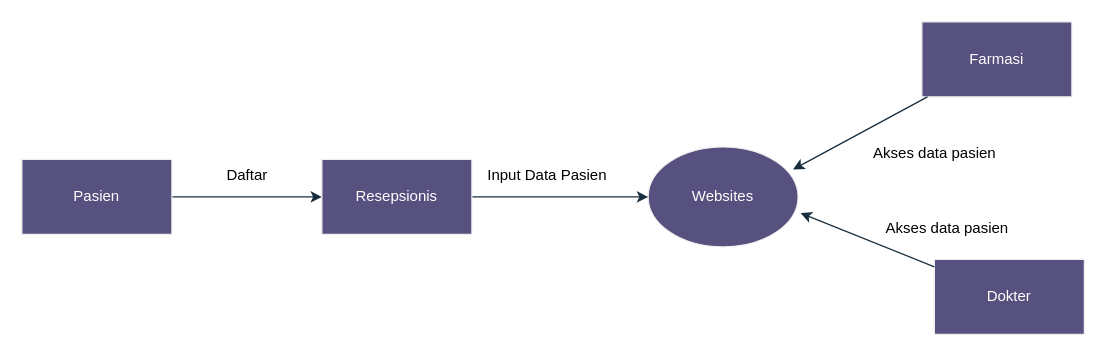
Earlier version of the draw.io diagram klinik-dfd-lvl0.drawio (rrahmatn/dfd_erd_uml). Source tidied: cells renumbered, new cells numbered last; positions are measured from the earlier drawing's top-left corner, leaving out a move shared by most shapes. Both pictures are drawn from the tidied source at 125%, with x=0, y=0 at pixel (21, 21).
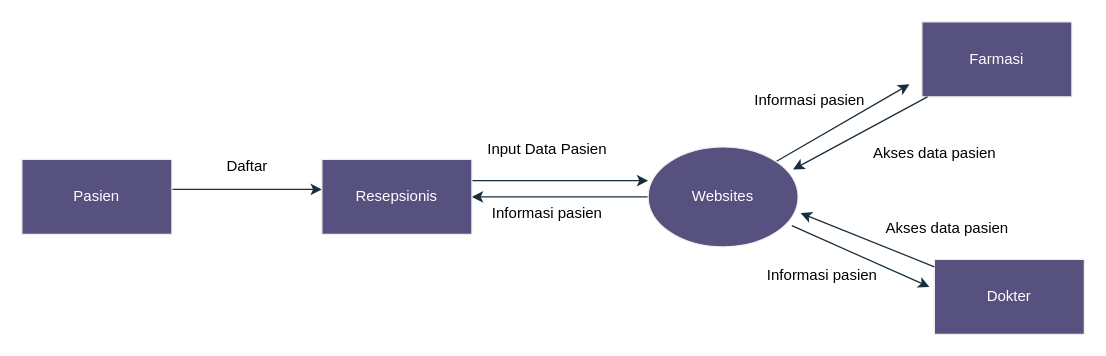
After the change.

Unchanged cells that the change refers to:
```xml
<mxCell id="2" value="Websites" style="ellipse;whiteSpace=wrap;html=1;labelBackgroundColor=none;fillColor=#56517E;strokeColor=#EEEEEE;fontColor=#FFFFFF;" parent="1" vertex="1">
  <mxGeometry x="501" y="100" width="120" height="80" as="geometry" />
</mxCell>
<mxCell id="4" value="Pasien" style="rounded=0;whiteSpace=wrap;html=1;labelBackgroundColor=none;fillColor=#56517E;strokeColor=#EEEEEE;fontColor=#FFFFFF;" parent="1" vertex="1">
  <mxGeometry y="110" width="120" height="60" as="geometry" />
</mxCell>
<mxCell id="6" value="Resepsionis" style="rounded=0;whiteSpace=wrap;html=1;labelBackgroundColor=none;fillColor=#56517E;strokeColor=#EEEEEE;fontColor=#FFFFFF;" parent="1" vertex="1">
  <mxGeometry x="240" y="110" width="120" height="60" as="geometry" />
</mxCell>
<mxCell id="8" value="Dokter" style="rounded=0;whiteSpace=wrap;html=1;labelBackgroundColor=none;fillColor=#56517E;strokeColor=#EEEEEE;fontColor=#FFFFFF;" parent="1" vertex="1">
  <mxGeometry x="730" y="190" width="120" height="60" as="geometry" />
</mxCell>
```

Diff of the diagram source:
```diff
@@
+    <mxCell id="15" style="edgeStyle=orthogonalEdgeStyle;rounded=0;jettySize=auto;html=1;exitX=0;exitY=0.5;exitDx=0;exitDy=0;entryX=1;entryY=0.5;entryDx=0;entryDy=0;strokeColor=#182E3E;" parent="1" edge="1" source="2" target="6">
+      <mxGeometry relative="1" as="geometry" />
+    </mxCell>
+    <mxCell id="16" style="rounded=0;jettySize=auto;html=1;strokeColor=#182E3E;exitX=1;exitY=0;exitDx=0;exitDy=0;" parent="1" edge="1" source="2">
+      <mxGeometry relative="1" as="geometry">
+        <mxPoint x="710" y="50" as="targetPoint" />
+      </mxGeometry>
+    </mxCell>
@@
-    <mxCell id="3" style="edgeStyle=orthogonalEdgeStyle;rounded=0;jettySize=auto;html=1;entryX=0;entryY=0.5;entryDx=0;entryDy=0;labelBackgroundColor=none;strokeColor=#182E3E;fontColor=default;" parent="1" edge="1" source="4" target="6">
-      <mxGeometry relative="1" as="geometry" />
+    <mxCell id="3" style="edgeStyle=orthogonalEdgeStyle;rounded=0;orthogonalLoop=1;jettySize=auto;html=1;entryX=0;entryY=0.5;entryDx=0;entryDy=0;labelBackgroundColor=none;strokeColor=#182E3E;fontColor=default;" parent="1" edge="1">
+      <mxGeometry relative="1" as="geometry">
+        <mxPoint x="120" y="134" as="sourcePoint" />
+        <mxPoint x="240" y="134" as="targetPoint" />
+      </mxGeometry>
     </mxCell>
@@
-    <mxCell id="5" style="edgeStyle=orthogonalEdgeStyle;rounded=0;jettySize=auto;html=1;exitX=1;exitY=0.5;exitDx=0;exitDy=0;labelBackgroundColor=none;strokeColor=#182E3E;fontColor=default;" parent="1" edge="1" source="6" target="2">
-      <mxGeometry relative="1" as="geometry" />
+    <mxCell id="5" style="edgeStyle=orthogonalEdgeStyle;rounded=0;orthogonalLoop=1;jettySize=auto;html=1;exitX=1;exitY=0.5;exitDx=0;exitDy=0;labelBackgroundColor=none;strokeColor=#182E3E;fontColor=default;" parent="1" edge="1">
+      <mxGeometry relative="1" as="geometry">
+        <mxPoint x="360" y="127" as="sourcePoint" />
+        <mxPoint x="501" y="127" as="targetPoint" />
+      </mxGeometry>
     </mxCell>
@@
     <mxCell id="9" value="Daftar" style="text;html=1;align=center;verticalAlign=middle;strokeColor=none;fillColor=none;labelBackgroundColor=none;" parent="1" vertex="1">
-      <mxGeometry x="150" y="108" width="60" height="30" as="geometry" />
+      <mxGeometry x="150" y="101" width="60" height="30" as="geometry" />
     </mxCell>
     <mxCell id="10" value="Input Data Pasien" style="text;html=1;align=center;verticalAlign=middle;strokeColor=none;fillColor=none;labelBackgroundColor=none;" parent="1" vertex="1">
-      <mxGeometry x="360" y="108" width="120" height="30" as="geometry" />
+      <mxGeometry x="360" y="87" width="120" height="30" as="geometry" />
     </mxCell>
@@
+    <mxCell id="17" value="&lt;font color=&quot;#000000&quot;&gt;Informasi pasien&lt;/font&gt;" style="text;html=1;align=center;verticalAlign=middle;strokeColor=none;fillColor=none;fontColor=#FFFFFF;" parent="1" vertex="1">
+      <mxGeometry x="365" y="138" width="110" height="30" as="geometry" />
+    </mxCell>
+    <mxCell id="18" style="rounded=0;jettySize=auto;html=1;exitX=0.958;exitY=0.788;exitDx=0;exitDy=0;entryX=-0.033;entryY=0.367;entryDx=0;entryDy=0;entryPerimeter=0;strokeColor=#182E3E;exitPerimeter=0;" parent="1" edge="1" source="2" target="8">
+      <mxGeometry relative="1" as="geometry" />
+    </mxCell>
+    <mxCell id="19" value="&lt;font color=&quot;#000000&quot;&gt;Informasi pasien&lt;/font&gt;" style="text;html=1;align=center;verticalAlign=middle;strokeColor=none;fillColor=none;fontColor=#FFFFFF;" parent="1" vertex="1">
+      <mxGeometry x="575" y="48" width="110" height="30" as="geometry" />
+    </mxCell>
+    <mxCell id="20" value="&lt;font color=&quot;#000000&quot;&gt;Informasi pasien&lt;/font&gt;" style="text;html=1;align=center;verticalAlign=middle;strokeColor=none;fillColor=none;fontColor=#FFFFFF;" parent="1" vertex="1">
+      <mxGeometry x="585" y="188" width="110" height="30" as="geometry" />
+    </mxCell>
```
